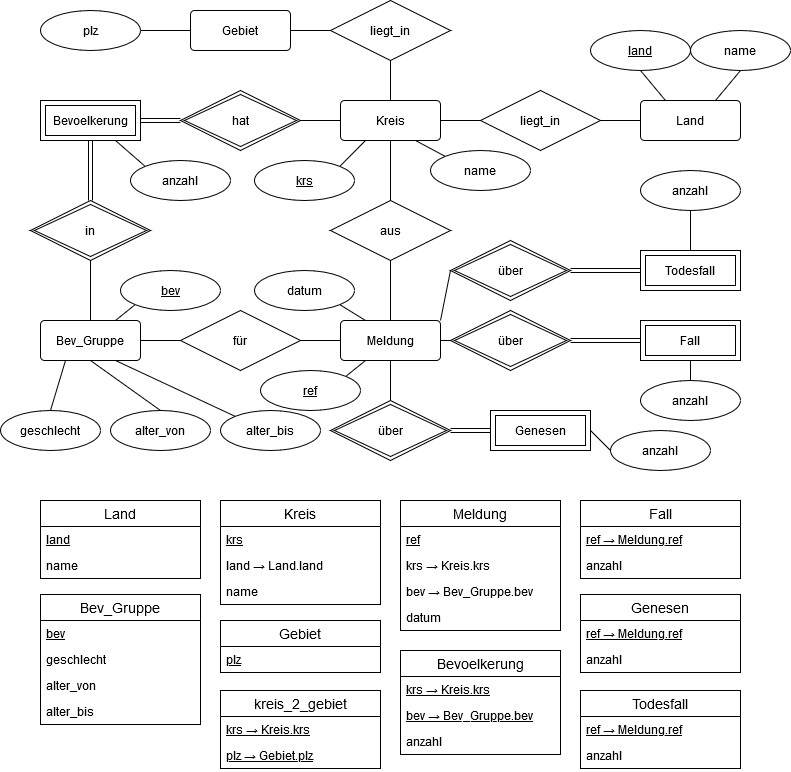
The draw.io diagram corona_db.png in MariusGiebenhain/corona_db, before a commit. Source tidied: cells renumbered, new cells last; positions are measured from the earlier drawing's top-left corner, leaving out a move shared by most shapes.
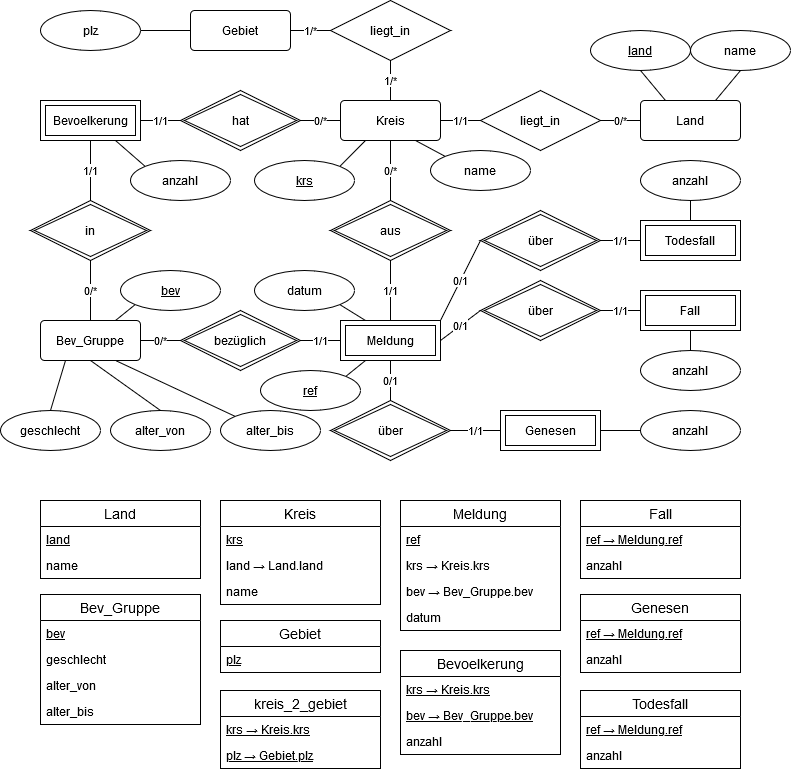
Later version of the same file.

Commit message:
updated rel schema

Diff of the diagram source:
```diff
@@ -26,7 +26,7 @@
     <mxCell id="9" value="krs" style="ellipse;whiteSpace=wrap;html=1;align=center;fontStyle=4;" parent="1" vertex="1">
       <mxGeometry x="254" y="160" width="100" height="40" as="geometry" />
     </mxCell>
-    <mxCell id="10" style="endArrow=none;html=1;strokeColor=#000000;exitX=1;exitY=0.5;exitDx=0;exitDy=0;entryX=0;entryY=0.5;entryDx=0;entryDy=0;" parent="1" edge="1" source="8" target="14">
+    <mxCell id="10" value="1/1" style="endArrow=none;html=1;strokeColor=#000000;exitX=1;exitY=0.5;exitDx=0;exitDy=0;entryX=0;entryY=0.5;entryDx=0;entryDy=0;" parent="1" edge="1" source="8" target="14">
       <mxGeometry relative="1" as="geometry" />
     </mxCell>
     <mxCell id="11" style="endArrow=none;html=1;strokeColor=#000000;exitX=1;exitY=0;exitDx=0;exitDy=0;entryX=0.25;entryY=1;entryDx=0;entryDy=0;" parent="1" edge="1" source="9" target="8">
@@ -41,72 +41,61 @@
     <mxCell id="14" value="liegt_in" style="shape=rhombus;perimeter=rhombusPerimeter;whiteSpace=wrap;html=1;align=center;" parent="1" vertex="1">
       <mxGeometry x="480" y="90" width="120" height="60" as="geometry" />
     </mxCell>
-    <mxCell id="15" style="endArrow=none;html=1;strokeColor=#000000;exitX=1;exitY=0.5;exitDx=0;exitDy=0;entryX=0;entryY=0.5;entryDx=0;entryDy=0;" parent="1" edge="1" source="14" target="2">
+    <mxCell id="15" value="0/*" style="endArrow=none;html=1;strokeColor=#000000;exitX=1;exitY=0.5;exitDx=0;exitDy=0;entryX=0;entryY=0.5;entryDx=0;entryDy=0;" parent="1" edge="1" source="14" target="2">
       <mxGeometry relative="1" as="geometry" />
     </mxCell>
-    <mxCell id="16" style="endArrow=none;html=1;strokeColor=#000000;exitX=0.5;exitY=1;exitDx=0;exitDy=0;entryX=0.5;entryY=0;entryDx=0;entryDy=0;" parent="1" edge="1" source="8" target="34">
+    <mxCell id="16" value="0/*" style="endArrow=none;html=1;strokeColor=#000000;exitX=0.5;exitY=1;exitDx=0;exitDy=0;entryX=0.5;entryY=0;entryDx=0;entryDy=0;" parent="1" edge="1" source="8" target="34">
       <mxGeometry relative="1" as="geometry" />
     </mxCell>
     <mxCell id="17" value="datum" style="ellipse;whiteSpace=wrap;html=1;align=center;" parent="1" vertex="1">
       <mxGeometry x="254" y="270" width="100" height="40" as="geometry" />
     </mxCell>
-    <mxCell id="18" style="endArrow=none;html=1;strokeColor=#000000;exitX=0.25;exitY=0;exitDx=0;exitDy=0;entryX=1;entryY=1;entryDx=0;entryDy=0;" parent="1" edge="1" source="33" target="17">
-      <mxGeometry relative="1" as="geometry" />
+    <mxCell id="18" style="endArrow=none;html=1;strokeColor=#000000;exitX=0.25;exitY=0;exitDx=0;exitDy=0;entryX=1;entryY=1;entryDx=0;entryDy=0;" parent="1" edge="1" target="17">
+      <mxGeometry relative="1" as="geometry">
+        <mxPoint x="365" y="320" as="sourcePoint" />
+      </mxGeometry>
     </mxCell>
     <mxCell id="19" value="ref" style="ellipse;whiteSpace=wrap;html=1;align=center;fontStyle=4;" parent="1" vertex="1">
       <mxGeometry x="260" y="370" width="100" height="40" as="geometry" />
     </mxCell>
-    <mxCell id="20" style="endArrow=none;html=1;strokeColor=#000000;exitX=0.25;exitY=1;exitDx=0;exitDy=0;entryX=1;entryY=0;entryDx=0;entryDy=0;" parent="1" edge="1" source="33" target="19">
-      <mxGeometry relative="1" as="geometry" />
+    <mxCell id="20" style="endArrow=none;html=1;strokeColor=#000000;exitX=0.25;exitY=1;exitDx=0;exitDy=0;entryX=1;entryY=0;entryDx=0;entryDy=0;" parent="1" edge="1" target="19">
+      <mxGeometry relative="1" as="geometry">
+        <mxPoint x="365" y="360" as="sourcePoint" />
+      </mxGeometry>
     </mxCell>
-    <mxCell id="21" style="shape=link;html=1;strokeColor=#000000;exitX=1;exitY=0.5;exitDx=0;exitDy=0;entryX=0;entryY=0.5;entryDx=0;entryDy=0;" parent="1" edge="1" source="23" target="22">
-      <mxGeometry relative="1" as="geometry" />
-    </mxCell>
     <mxCell id="22" value="Todesfall" style="shape=ext;margin=3;double=1;whiteSpace=wrap;html=1;align=center;" parent="1" vertex="1">
-      <mxGeometry x="640" y="250" width="100" height="40" as="geometry" />
+      <mxGeometry x="640" y="220" width="100" height="40" as="geometry" />
     </mxCell>
     <mxCell id="23" value="über" style="shape=rhombus;double=1;perimeter=rhombusPerimeter;whiteSpace=wrap;html=1;align=center;" parent="1" vertex="1">
-      <mxGeometry x="450" y="240" width="120" height="60" as="geometry" />
+      <mxGeometry x="480" y="210" width="120" height="60" as="geometry" />
     </mxCell>
-    <mxCell id="24" style="endArrow=none;html=1;strokeColor=#000000;entryX=0;entryY=0.5;entryDx=0;entryDy=0;exitX=1;exitY=0;exitDx=0;exitDy=0;" parent="1" edge="1" source="33" target="23">
-      <mxGeometry relative="1" as="geometry" />
+    <mxCell id="24" value="0/1" style="endArrow=none;html=1;strokeColor=#000000;entryX=0;entryY=0.5;entryDx=0;entryDy=0;exitX=1;exitY=0;exitDx=0;exitDy=0;" parent="1" edge="1" target="23">
+      <mxGeometry relative="1" as="geometry">
+        <mxPoint x="440" y="320" as="sourcePoint" />
+      </mxGeometry>
     </mxCell>
     <mxCell id="25" value="Fall" style="shape=ext;margin=3;double=1;whiteSpace=wrap;html=1;align=center;" parent="1" vertex="1">
-      <mxGeometry x="640" y="320" width="100" height="40" as="geometry" />
+      <mxGeometry x="640" y="290" width="100" height="40" as="geometry" />
     </mxCell>
     <mxCell id="26" value="über" style="shape=rhombus;double=1;perimeter=rhombusPerimeter;whiteSpace=wrap;html=1;align=center;" parent="1" vertex="1">
-      <mxGeometry x="450" y="310" width="120" height="60" as="geometry" />
+      <mxGeometry x="480" y="280" width="120" height="60" as="geometry" />
     </mxCell>
-    <mxCell id="27" style="endArrow=none;html=1;strokeColor=#000000;entryX=0.5;entryY=1;entryDx=0;entryDy=0;exitX=0.5;exitY=0;exitDx=0;exitDy=0;" parent="1" edge="1" source="33">
-      <mxGeometry relative="1" as="geometry">
-        <mxPoint x="390" y="350" as="targetPoint" />
-      </mxGeometry>
-    </mxCell>
-    <mxCell id="28" style="shape=link;html=1;strokeColor=#000000;entryX=1;entryY=0.5;entryDx=0;entryDy=0;exitX=0;exitY=0.5;exitDx=0;exitDy=0;" parent="1" edge="1" source="25" target="26">
-      <mxGeometry relative="1" as="geometry" />
-    </mxCell>
     <mxCell id="29" value="anzahl" style="ellipse;whiteSpace=wrap;html=1;align=center;" parent="1" vertex="1">
-      <mxGeometry x="640" y="170" width="100" height="40" as="geometry" />
+      <mxGeometry x="640" y="160" width="100" height="40" as="geometry" />
     </mxCell>
     <mxCell id="30" style="endArrow=none;html=1;strokeColor=#000000;entryX=0.5;entryY=1;entryDx=0;entryDy=0;exitX=0.5;exitY=0;exitDx=0;exitDy=0;" parent="1" edge="1" source="22" target="29">
       <mxGeometry relative="1" as="geometry" />
     </mxCell>
     <mxCell id="31" value="anzahl" style="ellipse;whiteSpace=wrap;html=1;align=center;" parent="1" vertex="1">
-      <mxGeometry x="640" y="380" width="100" height="40" as="geometry" />
+      <mxGeometry x="640" y="350" width="100" height="40" as="geometry" />
     </mxCell>
     <mxCell id="32" style="endArrow=none;html=1;strokeColor=#000000;exitX=0.5;exitY=0;exitDx=0;exitDy=0;entryX=0.5;entryY=1;entryDx=0;entryDy=0;" parent="1" edge="1" source="31" target="25">
       <mxGeometry relative="1" as="geometry" />
     </mxCell>
-    <mxCell id="33" value="Meldung" style="rounded=1;arcSize=10;whiteSpace=wrap;html=1;align=center;" parent="1" vertex="1">
-      <mxGeometry x="340" y="320" width="100" height="40" as="geometry" />
-    </mxCell>
-    <mxCell id="34" value="aus" style="shape=rhombus;perimeter=rhombusPerimeter;whiteSpace=wrap;html=1;align=center;" parent="1" vertex="1">
-      <mxGeometry x="330" y="200" width="120" height="60" as="geometry" />
-    </mxCell>
-    <mxCell id="35" style="endArrow=none;html=1;entryX=0.5;entryY=1;entryDx=0;entryDy=0;exitX=0.5;exitY=0;exitDx=0;exitDy=0;" parent="1" edge="1" source="33" target="34">
+    <mxCell id="35" value="1/1" style="endArrow=none;html=1;entryX=0.5;entryY=1;entryDx=0;entryDy=0;exitX=0.5;exitY=0;exitDx=0;exitDy=0;" parent="1" edge="1" source="33" target="34">
       <mxGeometry relative="1" as="geometry" />
     </mxCell>
-    <mxCell id="36" style="endArrow=none;html=1;exitX=1;exitY=0.5;exitDx=0;exitDy=0;entryX=0;entryY=0.5;entryDx=0;entryDy=0;" parent="1" edge="1" source="41" target="8">
+    <mxCell id="36" value="0/*" style="endArrow=none;html=1;exitX=1;exitY=0.5;exitDx=0;exitDy=0;entryX=0;entryY=0.5;entryDx=0;entryDy=0;" parent="1" edge="1" source="41" target="8">
       <mxGeometry relative="1" as="geometry" />
     </mxCell>
     <mxCell id="37" value="anzahl" style="ellipse;whiteSpace=wrap;html=1;align=center;" parent="1" vertex="1">
@@ -124,35 +113,22 @@
     <mxCell id="41" value="hat" style="shape=rhombus;double=1;perimeter=rhombusPerimeter;whiteSpace=wrap;html=1;align=center;" parent="1" vertex="1">
       <mxGeometry x="180" y="90" width="120" height="60" as="geometry" />
     </mxCell>
-    <mxCell id="42" style="shape=link;html=1;exitX=1;exitY=0.5;exitDx=0;exitDy=0;entryX=0;entryY=0.5;entryDx=0;entryDy=0;" parent="1" edge="1" source="40" target="41">
-      <mxGeometry relative="1" as="geometry" />
-    </mxCell>
     <mxCell id="43" value="in" style="shape=rhombus;double=1;perimeter=rhombusPerimeter;whiteSpace=wrap;html=1;align=center;" parent="1" vertex="1">
       <mxGeometry x="30" y="200" width="120" height="60" as="geometry" />
     </mxCell>
-    <mxCell id="44" style="shape=link;html=1;exitX=0.5;exitY=0;exitDx=0;exitDy=0;entryX=0.5;entryY=1;entryDx=0;entryDy=0;" parent="1" edge="1" source="43" target="40">
-      <mxGeometry relative="1" as="geometry" />
-    </mxCell>
-    <mxCell id="45" style="endArrow=none;html=1;exitX=0.5;exitY=0;exitDx=0;exitDy=0;entryX=0.5;entryY=1;entryDx=0;entryDy=0;" parent="1" edge="1" source="39" target="43">
+    <mxCell id="45" value="&lt;div&gt;0/*&lt;/div&gt;" style="endArrow=none;html=1;exitX=0.5;exitY=0;exitDx=0;exitDy=0;entryX=0.5;entryY=1;entryDx=0;entryDy=0;" parent="1" edge="1" source="39" target="43">
       <mxGeometry relative="1" as="geometry" />
     </mxCell>
-    <mxCell id="46" value="für" style="shape=rhombus;perimeter=rhombusPerimeter;whiteSpace=wrap;html=1;align=center;" parent="1" vertex="1">
-      <mxGeometry x="180" y="310" width="120" height="60" as="geometry" />
-    </mxCell>
-    <mxCell id="47" style="endArrow=none;html=1;exitX=1;exitY=0.5;exitDx=0;exitDy=0;entryX=0;entryY=0.5;entryDx=0;entryDy=0;" parent="1" edge="1" source="39" target="46">
-      <mxGeometry relative="1" as="geometry" />
-    </mxCell>
-    <mxCell id="48" style="endArrow=none;html=1;exitX=1;exitY=0.5;exitDx=0;exitDy=0;entryX=0;entryY=0.5;entryDx=0;entryDy=0;" parent="1" edge="1" source="46" target="33">
-      <mxGeometry relative="1" as="geometry" />
-    </mxCell>
     <mxCell id="49" value="alter_von" style="ellipse;whiteSpace=wrap;html=1;align=center;" parent="1" vertex="1">
       <mxGeometry x="110" y="410" width="100" height="40" as="geometry" />
     </mxCell>
     <mxCell id="50" value="alter_bis" style="ellipse;whiteSpace=wrap;html=1;align=center;" parent="1" vertex="1">
       <mxGeometry x="220" y="410" width="100" height="40" as="geometry" />
     </mxCell>
-    <mxCell id="51" style="endArrow=none;html=1;exitX=0;exitY=0.5;exitDx=0;exitDy=0;entryX=1;entryY=0.5;entryDx=0;entryDy=0;" parent="1" edge="1" source="26" target="33">
-      <mxGeometry relative="1" as="geometry" />
+    <mxCell id="51" value="0/1" style="endArrow=none;html=1;exitX=0;exitY=0.5;exitDx=0;exitDy=0;entryX=1;entryY=0.5;entryDx=0;entryDy=0;" parent="1" edge="1" source="26">
+      <mxGeometry relative="1" as="geometry">
+        <mxPoint x="440" y="340" as="targetPoint" />
+      </mxGeometry>
     </mxCell>
     <mxCell id="52" value="geschlecht" style="ellipse;whiteSpace=wrap;html=1;align=center;" parent="1" vertex="1">
       <mxGeometry y="410" width="100" height="40" as="geometry" />
@@ -238,8 +214,10 @@
     <mxCell id="79" value="über" style="shape=rhombus;double=1;perimeter=rhombusPerimeter;whiteSpace=wrap;html=1;align=center;" parent="1" vertex="1">
       <mxGeometry x="330" y="400" width="120" height="60" as="geometry" />
     </mxCell>
-    <mxCell id="80" style="endArrow=none;html=1;exitX=0.5;exitY=1;exitDx=0;exitDy=0;entryX=0.5;entryY=0;entryDx=0;entryDy=0;" parent="1" edge="1" source="33" target="79">
-      <mxGeometry relative="1" as="geometry" />
+    <mxCell id="80" value="0/1" style="endArrow=none;html=1;exitX=0.5;exitY=1;exitDx=0;exitDy=0;entryX=0.5;entryY=0;entryDx=0;entryDy=0;" parent="1" edge="1" target="79">
+      <mxGeometry relative="1" as="geometry">
+        <mxPoint x="390" y="360" as="sourcePoint" />
+      </mxGeometry>
     </mxCell>
     <mxCell id="81" value="plz" style="ellipse;whiteSpace=wrap;html=1;align=center;" parent="1" vertex="1">
       <mxGeometry x="40" y="10" width="100" height="40" as="geometry" />
@@ -247,23 +225,20 @@
     <mxCell id="82" value="liegt_in" style="shape=rhombus;perimeter=rhombusPerimeter;whiteSpace=wrap;html=1;align=center;" parent="1" vertex="1">
       <mxGeometry x="330" width="120" height="60" as="geometry" />
     </mxCell>
-    <mxCell id="83" style="endArrow=none;html=1;exitX=0.5;exitY=0;exitDx=0;exitDy=0;entryX=0.5;entryY=1;entryDx=0;entryDy=0;" parent="1" edge="1" source="8" target="82">
+    <mxCell id="83" value="1/*" style="endArrow=none;html=1;exitX=0.5;exitY=0;exitDx=0;exitDy=0;entryX=0.5;entryY=1;entryDx=0;entryDy=0;" parent="1" edge="1" source="8" target="82">
       <mxGeometry relative="1" as="geometry" />
     </mxCell>
-    <mxCell id="84" style="endArrow=none;html=1;exitX=1;exitY=0.5;exitDx=0;exitDy=0;entryX=0;entryY=0.5;entryDx=0;entryDy=0;" parent="1" edge="1" source="78" target="82">
+    <mxCell id="84" value="1/*" style="endArrow=none;html=1;exitX=1;exitY=0.5;exitDx=0;exitDy=0;entryX=0;entryY=0.5;entryDx=0;entryDy=0;" parent="1" edge="1" source="78" target="82">
       <mxGeometry relative="1" as="geometry" />
     </mxCell>
     <mxCell id="85" style="endArrow=none;html=1;exitX=1;exitY=0.5;exitDx=0;exitDy=0;entryX=0;entryY=0.5;entryDx=0;entryDy=0;" parent="1" edge="1" source="81" target="78">
       <mxGeometry relative="1" as="geometry" />
     </mxCell>
     <mxCell id="86" value="Genesen" style="shape=ext;margin=3;double=1;whiteSpace=wrap;html=1;align=center;" parent="1" vertex="1">
-      <mxGeometry x="490" y="410" width="100" height="40" as="geometry" />
+      <mxGeometry x="500" y="410" width="100" height="40" as="geometry" />
     </mxCell>
-    <mxCell id="87" style="shape=link;html=1;exitX=1;exitY=0.5;exitDx=0;exitDy=0;entryX=0;entryY=0.5;entryDx=0;entryDy=0;" parent="1" edge="1" source="79" target="86">
-      <mxGeometry relative="1" as="geometry" />
-    </mxCell>
     <mxCell id="88" value="anzahl" style="ellipse;whiteSpace=wrap;html=1;align=center;" parent="1" vertex="1">
-      <mxGeometry x="610" y="430" width="100" height="40" as="geometry" />
+      <mxGeometry x="640" y="410" width="100" height="40" as="geometry" />
     </mxCell>
     <mxCell id="89" style="endArrow=none;html=1;exitX=1;exitY=0.5;exitDx=0;exitDy=0;entryX=0;entryY=0.5;entryDx=0;entryDy=0;" parent="1" edge="1" source="86" target="88">
       <mxGeometry relative="1" as="geometry" />
@@ -313,5 +288,35 @@
     <mxCell id="104" value="plz → Gebiet.plz" style="text;strokeColor=none;fillColor=none;spacingLeft=4;spacingRight=4;overflow=hidden;fontSize=12;fontStyle=4;" parent="102" vertex="1">
       <mxGeometry y="52" width="160" height="26" as="geometry" />
     </mxCell>
+    <mxCell id="105" value="bezüglich" style="shape=rhombus;double=1;perimeter=rhombusPerimeter;whiteSpace=wrap;html=1;align=center;" parent="1" vertex="1">
+      <mxGeometry x="180" y="310" width="120" height="60" as="geometry" />
+    </mxCell>
+    <mxCell id="33" value="Meldung" style="shape=ext;margin=3;double=1;whiteSpace=wrap;html=1;align=center;" parent="1" vertex="1">
+      <mxGeometry x="340" y="320" width="100" height="40" as="geometry" />
+    </mxCell>
+    <mxCell id="106" value="0/*" style="endArrow=none;html=1;rounded=0;exitX=1;exitY=0.5;exitDx=0;exitDy=0;entryX=0;entryY=0.5;entryDx=0;entryDy=0;align=center;" parent="1" edge="1" source="39" target="105">
+      <mxGeometry relative="1" as="geometry" />
+    </mxCell>
+    <mxCell id="107" value="1/1" style="endArrow=none;html=1;rounded=0;align=center;exitX=1;exitY=0.5;exitDx=0;exitDy=0;entryX=0;entryY=0.5;entryDx=0;entryDy=0;" parent="1" edge="1" source="105" target="33">
+      <mxGeometry relative="1" as="geometry" />
+    </mxCell>
+    <mxCell id="108" value="1/1" style="endArrow=none;html=1;rounded=0;align=center;exitX=1;exitY=0.5;exitDx=0;exitDy=0;entryX=0;entryY=0.5;entryDx=0;entryDy=0;" parent="1" edge="1" source="26" target="25">
+      <mxGeometry relative="1" as="geometry" />
+    </mxCell>
+    <mxCell id="21" value="1/1" style="endArrow=none;html=1;rounded=0;align=center;exitX=1;exitY=0.5;exitDx=0;exitDy=0;entryX=0;entryY=0.5;entryDx=0;entryDy=0;" parent="1" edge="1" source="23" target="22">
+      <mxGeometry relative="1" as="geometry" />
+    </mxCell>
+    <mxCell id="34" value="aus" style="shape=rhombus;double=1;perimeter=rhombusPerimeter;whiteSpace=wrap;html=1;align=center;" parent="1" vertex="1">
+      <mxGeometry x="330" y="200" width="120" height="60" as="geometry" />
+    </mxCell>
+    <mxCell id="87" value="1/1" style="endArrow=none;html=1;rounded=0;align=center;exitX=1;exitY=0.5;exitDx=0;exitDy=0;entryX=0;entryY=0.5;entryDx=0;entryDy=0;" parent="1" edge="1" source="79" target="86">
+      <mxGeometry relative="1" as="geometry" />
+    </mxCell>
+    <mxCell id="109" value="1/1" style="endArrow=none;html=1;rounded=0;align=center;exitX=0.5;exitY=1;exitDx=0;exitDy=0;entryX=0.5;entryY=0;entryDx=0;entryDy=0;" parent="1" edge="1" source="40" target="43">
+      <mxGeometry relative="1" as="geometry" />
+    </mxCell>
+    <mxCell id="42" value="1/1" style="endArrow=none;html=1;rounded=0;align=center;exitX=1;exitY=0.5;exitDx=0;exitDy=0;entryX=0;entryY=0.5;entryDx=0;entryDy=0;" parent="1" edge="1" source="40" target="41">
+      <mxGeometry relative="1" as="geometry" />
+    </mxCell>
   </root>
 </mxGraphModel>
```
